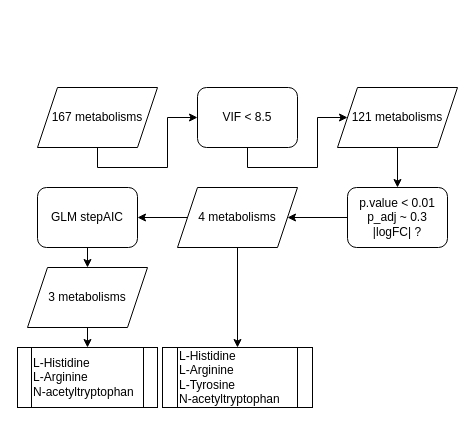
Above: Proj-Hearing-Loss-and-ANX.drawio in artefaritaKuniklo/draw.io-graph (draw.io), before the change. Source tidied: cells renumbered, new cells numbered last; positions are measured from the earlier drawing's top-left corner, leaving out a move shared by most shapes. Both pictures are drawn from the tidied source at 100%, with x=0, y=0 at pixel (17, 87).
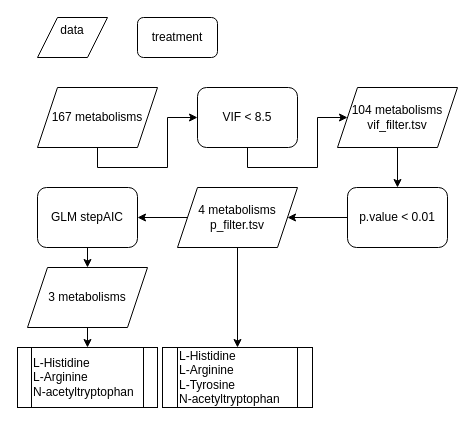
Above is the later version.

Change to the diagram source:
```diff
@@
-    <mxCell id="7" value="121 metabolisms" style="shape=parallelogram;perimeter=parallelogramPerimeter;whiteSpace=wrap;html=1;fixedSize=1;" parent="1" vertex="1">
+    <mxCell id="7" value="104 metabolisms&lt;br&gt;vif_filter.tsv" style="shape=parallelogram;perimeter=parallelogramPerimeter;whiteSpace=wrap;html=1;fixedSize=1;" parent="1" vertex="1">
       <mxGeometry x="320" width="120" height="60" as="geometry" />
     </mxCell>
@@
-    <mxCell id="9" value="p.value &amp;lt; 0.01&lt;br&gt;p_adj ~ 0.3&lt;br&gt;|logFC| ?" style="rounded=1;whiteSpace=wrap;html=1;" parent="1" vertex="1">
+    <mxCell id="9" value="p.value &amp;lt; 0.01" style="rounded=1;whiteSpace=wrap;html=1;" parent="1" vertex="1">
       <mxGeometry x="330" y="100" width="100" height="60" as="geometry" />
     </mxCell>
@@
-    <mxCell id="12" value="4 metabolisms" style="shape=parallelogram;perimeter=parallelogramPerimeter;whiteSpace=wrap;html=1;fixedSize=1;" parent="1" vertex="1">
+    <mxCell id="12" value="4 metabolisms&lt;br&gt;p_filter.tsv" style="shape=parallelogram;perimeter=parallelogramPerimeter;whiteSpace=wrap;html=1;fixedSize=1;" parent="1" vertex="1">
       <mxGeometry x="160" y="100" width="120" height="60" as="geometry" />
     </mxCell>
@@
+    <mxCell id="19" value="data&lt;div&gt;&lt;br/&gt;&lt;/div&gt;" style="shape=parallelogram;perimeter=parallelogramPerimeter;whiteSpace=wrap;html=1;shapeInside=1;fixedSize=1;" parent="1" vertex="1">
+      <mxGeometry x="20" y="-70" width="70" height="40" as="geometry" />
+    </mxCell>
+    <mxCell id="20" value="treatment" style="rounded=1;whiteSpace=wrap;html=1;" parent="1" vertex="1">
+      <mxGeometry x="120" y="-70" width="80" height="40" as="geometry" />
+    </mxCell>
```
